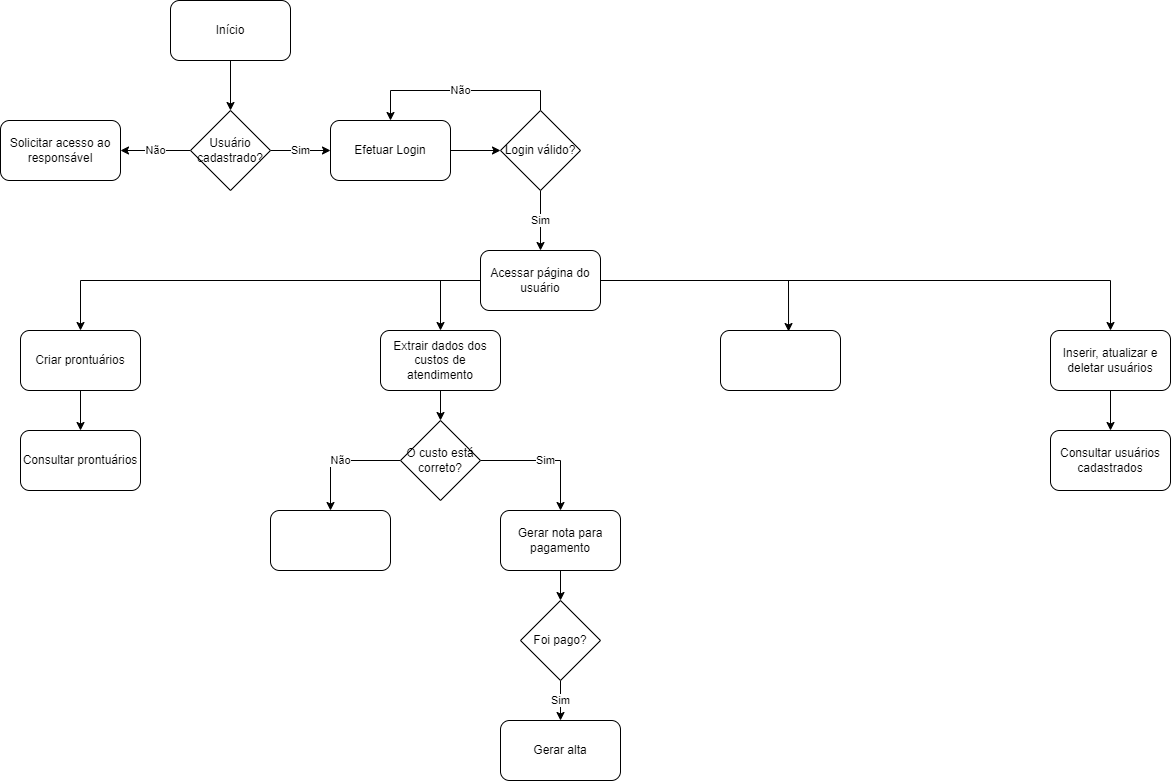
ICEI-PUC-Minas-PMV-ADS/pmv-ads-2023-1-e2-proj-int-t3-pmv-ads-2023-1-e3-proj-int-t3-time4-pec keeps this draw.io diagram as docs/img/Diagrama de Fluxo.drawio.png. Above is the earlier version. Source tidied: cells renumbered, new cells last; positions are measured from the earlier drawing's top-left corner, leaving out a move shared by most shapes. Source of this version:
```xml
<mxGraphModel>
  <root>
    <mxCell id="0" />
    <mxCell id="1" parent="0" />
    <mxCell id="2" style="edgeStyle=orthogonalEdgeStyle;rounded=0;jettySize=auto;html=1;exitX=0.5;exitY=1;exitDx=0;exitDy=0;entryX=0.5;entryY=0;entryDx=0;entryDy=0;" parent="1" edge="1" source="3">
      <mxGeometry relative="1" as="geometry">
        <mxPoint x="230" y="110" as="targetPoint" />
      </mxGeometry>
    </mxCell>
    <mxCell id="3" value="Início" style="rounded=1;whiteSpace=wrap;html=1;" parent="1" vertex="1">
      <mxGeometry x="170" width="120" height="60" as="geometry" />
    </mxCell>
    <mxCell id="4" value="Não" style="edgeStyle=orthogonalEdgeStyle;rounded=0;jettySize=auto;html=1;exitX=0;exitY=0.5;exitDx=0;exitDy=0;entryX=1;entryY=0.5;entryDx=0;entryDy=0;" parent="1" edge="1" source="6" target="7">
      <mxGeometry relative="1" as="geometry" />
    </mxCell>
    <mxCell id="5" value="Sim" style="edgeStyle=orthogonalEdgeStyle;rounded=0;jettySize=auto;html=1;exitX=1;exitY=0.5;exitDx=0;exitDy=0;entryX=0;entryY=0.5;entryDx=0;entryDy=0;" parent="1" edge="1" source="6" target="9">
      <mxGeometry relative="1" as="geometry" />
    </mxCell>
    <mxCell id="6" value="Usuário cadastrado?" style="rhombus;whiteSpace=wrap;html=1;" parent="1" vertex="1">
      <mxGeometry x="190" y="110" width="80" height="80" as="geometry" />
    </mxCell>
    <mxCell id="7" value="Solicitar acesso ao responsável" style="rounded=1;whiteSpace=wrap;html=1;" parent="1" vertex="1">
      <mxGeometry y="120" width="120" height="60" as="geometry" />
    </mxCell>
    <mxCell id="8" style="edgeStyle=orthogonalEdgeStyle;rounded=0;jettySize=auto;html=1;exitX=1;exitY=0.5;exitDx=0;exitDy=0;" parent="1" edge="1" source="9" target="12">
      <mxGeometry relative="1" as="geometry" />
    </mxCell>
    <mxCell id="9" value="Efetuar Login" style="rounded=1;whiteSpace=wrap;html=1;" parent="1" vertex="1">
      <mxGeometry x="330" y="120" width="120" height="60" as="geometry" />
    </mxCell>
    <mxCell id="10" value="Não" style="edgeStyle=orthogonalEdgeStyle;rounded=0;jettySize=auto;html=1;exitX=0.5;exitY=0;exitDx=0;exitDy=0;entryX=0.5;entryY=0;entryDx=0;entryDy=0;" parent="1" edge="1" source="12" target="9">
      <mxGeometry relative="1" as="geometry" />
    </mxCell>
    <mxCell id="11" value="Sim" style="edgeStyle=orthogonalEdgeStyle;rounded=0;jettySize=auto;html=1;exitX=0.5;exitY=1;exitDx=0;exitDy=0;entryX=0.5;entryY=0;entryDx=0;entryDy=0;" parent="1" edge="1" source="12" target="16">
      <mxGeometry relative="1" as="geometry" />
    </mxCell>
    <mxCell id="12" value="Login válido?" style="rhombus;whiteSpace=wrap;html=1;" parent="1" vertex="1">
      <mxGeometry x="500" y="110" width="80" height="80" as="geometry" />
    </mxCell>
    <mxCell id="13" style="edgeStyle=orthogonalEdgeStyle;rounded=0;jettySize=auto;html=1;exitX=0;exitY=0.5;exitDx=0;exitDy=0;entryX=0.5;entryY=0;entryDx=0;entryDy=0;" parent="1" edge="1" source="16" target="18">
      <mxGeometry relative="1" as="geometry" />
    </mxCell>
    <mxCell id="14" style="edgeStyle=orthogonalEdgeStyle;rounded=0;jettySize=auto;html=1;exitX=1;exitY=0.5;exitDx=0;exitDy=0;entryX=0.567;entryY=0.017;entryDx=0;entryDy=0;entryPerimeter=0;" parent="1" edge="1" source="16" target="19">
      <mxGeometry relative="1" as="geometry" />
    </mxCell>
    <mxCell id="15" style="edgeStyle=orthogonalEdgeStyle;rounded=0;jettySize=auto;html=1;exitX=1;exitY=0.5;exitDx=0;exitDy=0;entryX=0.5;entryY=0;entryDx=0;entryDy=0;" parent="1" edge="1" source="16" target="21">
      <mxGeometry relative="1" as="geometry" />
    </mxCell>
    <mxCell id="16" value="Acessar página do usuário" style="rounded=1;whiteSpace=wrap;html=1;" parent="1" vertex="1">
      <mxGeometry x="480" y="250" width="120" height="60" as="geometry" />
    </mxCell>
    <mxCell id="17" style="edgeStyle=orthogonalEdgeStyle;rounded=0;jettySize=auto;html=1;exitX=0.5;exitY=1;exitDx=0;exitDy=0;entryX=0.5;entryY=0;entryDx=0;entryDy=0;" parent="1" edge="1" source="18" target="34">
      <mxGeometry relative="1" as="geometry" />
    </mxCell>
    <mxCell id="18" value="Criar prontuários" style="rounded=1;whiteSpace=wrap;html=1;" parent="1" vertex="1">
      <mxGeometry x="20" y="330" width="120" height="60" as="geometry" />
    </mxCell>
    <mxCell id="19" style="rounded=1;whiteSpace=wrap;html=1;" parent="1" vertex="1">
      <mxGeometry x="720" y="330" width="120" height="60" as="geometry" />
    </mxCell>
    <mxCell id="20" style="edgeStyle=orthogonalEdgeStyle;rounded=0;jettySize=auto;html=1;exitX=0.5;exitY=1;exitDx=0;exitDy=0;entryX=0.5;entryY=0;entryDx=0;entryDy=0;" parent="1" edge="1" source="21" target="35">
      <mxGeometry relative="1" as="geometry" />
    </mxCell>
    <mxCell id="21" value="Inserir, atualizar e deletar usuários" style="rounded=1;whiteSpace=wrap;html=1;" parent="1" vertex="1">
      <mxGeometry x="1050" y="330" width="120" height="60" as="geometry" />
    </mxCell>
    <mxCell id="22" style="edgeStyle=orthogonalEdgeStyle;rounded=0;jettySize=auto;html=1;exitX=0.5;exitY=1;exitDx=0;exitDy=0;entryX=0.5;entryY=0;entryDx=0;entryDy=0;" parent="1" edge="1" source="30" target="25">
      <mxGeometry relative="1" as="geometry" />
    </mxCell>
    <mxCell id="23" value="Sim" style="edgeStyle=orthogonalEdgeStyle;rounded=0;jettySize=auto;html=1;exitX=1;exitY=0.5;exitDx=0;exitDy=0;entryX=0.5;entryY=0;entryDx=0;entryDy=0;" parent="1" edge="1" source="25" target="26">
      <mxGeometry relative="1" as="geometry" />
    </mxCell>
    <mxCell id="24" value="Não" style="edgeStyle=orthogonalEdgeStyle;rounded=0;jettySize=auto;html=1;exitX=0;exitY=0.5;exitDx=0;exitDy=0;entryX=0.5;entryY=0;entryDx=0;entryDy=0;" parent="1" edge="1" source="25" target="27">
      <mxGeometry relative="1" as="geometry" />
    </mxCell>
    <mxCell id="25" value="O custo está correto?" style="rhombus;whiteSpace=wrap;html=1;" parent="1" vertex="1">
      <mxGeometry x="400" y="420" width="80" height="80" as="geometry" />
    </mxCell>
    <mxCell id="26" value="Gerar nota para pagamento" style="rounded=1;whiteSpace=wrap;html=1;" parent="1" vertex="1">
      <mxGeometry x="500" y="510" width="120" height="60" as="geometry" />
    </mxCell>
    <mxCell id="27" style="rounded=1;whiteSpace=wrap;html=1;" parent="1" vertex="1">
      <mxGeometry x="270" y="510" width="120" height="60" as="geometry" />
    </mxCell>
    <mxCell id="28" value="Gerar alta" style="rounded=1;whiteSpace=wrap;html=1;" parent="1" vertex="1">
      <mxGeometry x="500" y="720" width="120" height="60" as="geometry" />
    </mxCell>
    <mxCell id="29" style="edgeStyle=orthogonalEdgeStyle;rounded=0;jettySize=auto;html=1;exitX=0;exitY=0.5;exitDx=0;exitDy=0;entryX=0.5;entryY=0;entryDx=0;entryDy=0;" parent="1" edge="1" source="16" target="30">
      <mxGeometry relative="1" as="geometry" />
    </mxCell>
    <mxCell id="30" value="Extrair dados dos custos de atendimento" style="rounded=1;whiteSpace=wrap;html=1;" parent="1" vertex="1">
      <mxGeometry x="380" y="330" width="120" height="60" as="geometry" />
    </mxCell>
    <mxCell id="31" style="edgeStyle=orthogonalEdgeStyle;rounded=0;jettySize=auto;html=1;exitX=0.5;exitY=1;exitDx=0;exitDy=0;" parent="1" edge="1" source="26" target="33">
      <mxGeometry relative="1" as="geometry" />
    </mxCell>
    <mxCell id="32" value="Sim" style="edgeStyle=orthogonalEdgeStyle;rounded=0;jettySize=auto;html=1;exitX=0.5;exitY=1;exitDx=0;exitDy=0;entryX=0.5;entryY=0;entryDx=0;entryDy=0;" parent="1" edge="1" source="33" target="28">
      <mxGeometry relative="1" as="geometry" />
    </mxCell>
    <mxCell id="33" value="Foi pago?" style="rhombus;whiteSpace=wrap;html=1;" parent="1" vertex="1">
      <mxGeometry x="520" y="600" width="80" height="80" as="geometry" />
    </mxCell>
    <mxCell id="34" value="Consultar prontuários" style="rounded=1;whiteSpace=wrap;html=1;" parent="1" vertex="1">
      <mxGeometry x="20" y="430" width="120" height="60" as="geometry" />
    </mxCell>
    <mxCell id="35" value="Consultar usuários cadastrados" style="rounded=1;whiteSpace=wrap;html=1;" parent="1" vertex="1">
      <mxGeometry x="1050" y="430" width="120" height="60" as="geometry" />
    </mxCell>
  </root>
</mxGraphModel>
```
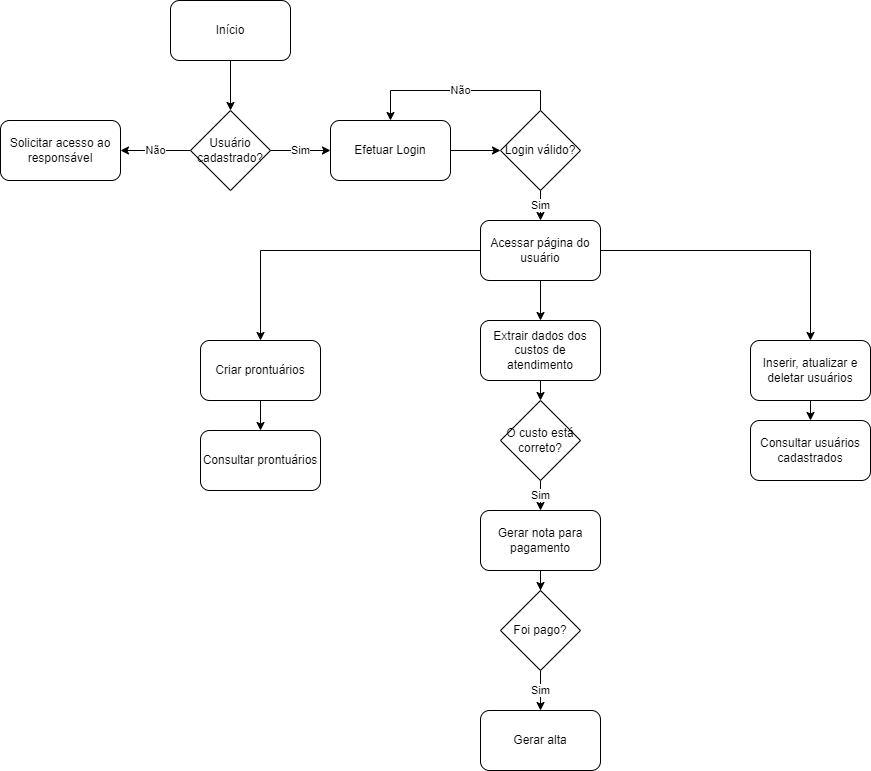
The same file after the commit.

What changed in the source:
```diff
@@ -40,56 +40,44 @@
     <mxCell id="13" style="edgeStyle=orthogonalEdgeStyle;rounded=0;jettySize=auto;html=1;exitX=0;exitY=0.5;exitDx=0;exitDy=0;entryX=0.5;entryY=0;entryDx=0;entryDy=0;" parent="1" edge="1" source="16" target="18">
       <mxGeometry relative="1" as="geometry" />
     </mxCell>
-    <mxCell id="14" style="edgeStyle=orthogonalEdgeStyle;rounded=0;jettySize=auto;html=1;exitX=1;exitY=0.5;exitDx=0;exitDy=0;entryX=0.567;entryY=0.017;entryDx=0;entryDy=0;entryPerimeter=0;" parent="1" edge="1" source="16" target="19">
-      <mxGeometry relative="1" as="geometry" />
-    </mxCell>
     <mxCell id="15" style="edgeStyle=orthogonalEdgeStyle;rounded=0;jettySize=auto;html=1;exitX=1;exitY=0.5;exitDx=0;exitDy=0;entryX=0.5;entryY=0;entryDx=0;entryDy=0;" parent="1" edge="1" source="16" target="21">
       <mxGeometry relative="1" as="geometry" />
     </mxCell>
+    <mxCell id="29" style="edgeStyle=orthogonalEdgeStyle;rounded=0;jettySize=auto;html=1;exitX=0.5;exitY=1;exitDx=0;exitDy=0;entryX=0.5;entryY=0;entryDx=0;entryDy=0;" parent="1" edge="1" source="16" target="30">
+      <mxGeometry relative="1" as="geometry" />
+    </mxCell>
     <mxCell id="16" value="Acessar página do usuário" style="rounded=1;whiteSpace=wrap;html=1;" parent="1" vertex="1">
-      <mxGeometry x="480" y="250" width="120" height="60" as="geometry" />
+      <mxGeometry x="480" y="220" width="120" height="60" as="geometry" />
     </mxCell>
     <mxCell id="17" style="edgeStyle=orthogonalEdgeStyle;rounded=0;jettySize=auto;html=1;exitX=0.5;exitY=1;exitDx=0;exitDy=0;entryX=0.5;entryY=0;entryDx=0;entryDy=0;" parent="1" edge="1" source="18" target="34">
       <mxGeometry relative="1" as="geometry" />
     </mxCell>
     <mxCell id="18" value="Criar prontuários" style="rounded=1;whiteSpace=wrap;html=1;" parent="1" vertex="1">
-      <mxGeometry x="20" y="330" width="120" height="60" as="geometry" />
+      <mxGeometry x="200" y="340" width="120" height="60" as="geometry" />
     </mxCell>
-    <mxCell id="19" style="rounded=1;whiteSpace=wrap;html=1;" parent="1" vertex="1">
-      <mxGeometry x="720" y="330" width="120" height="60" as="geometry" />
-    </mxCell>
     <mxCell id="20" style="edgeStyle=orthogonalEdgeStyle;rounded=0;jettySize=auto;html=1;exitX=0.5;exitY=1;exitDx=0;exitDy=0;entryX=0.5;entryY=0;entryDx=0;entryDy=0;" parent="1" edge="1" source="21" target="35">
       <mxGeometry relative="1" as="geometry" />
     </mxCell>
     <mxCell id="21" value="Inserir, atualizar e deletar usuários" style="rounded=1;whiteSpace=wrap;html=1;" parent="1" vertex="1">
-      <mxGeometry x="1050" y="330" width="120" height="60" as="geometry" />
+      <mxGeometry x="750" y="340" width="120" height="60" as="geometry" />
     </mxCell>
     <mxCell id="22" style="edgeStyle=orthogonalEdgeStyle;rounded=0;jettySize=auto;html=1;exitX=0.5;exitY=1;exitDx=0;exitDy=0;entryX=0.5;entryY=0;entryDx=0;entryDy=0;" parent="1" edge="1" source="30" target="25">
       <mxGeometry relative="1" as="geometry" />
     </mxCell>
-    <mxCell id="23" value="Sim" style="edgeStyle=orthogonalEdgeStyle;rounded=0;jettySize=auto;html=1;exitX=1;exitY=0.5;exitDx=0;exitDy=0;entryX=0.5;entryY=0;entryDx=0;entryDy=0;" parent="1" edge="1" source="25" target="26">
+    <mxCell id="23" value="Sim" style="edgeStyle=orthogonalEdgeStyle;rounded=0;jettySize=auto;html=1;exitX=0.5;exitY=1;exitDx=0;exitDy=0;entryX=0.5;entryY=0;entryDx=0;entryDy=0;" parent="1" edge="1" source="25" target="26">
       <mxGeometry relative="1" as="geometry" />
     </mxCell>
-    <mxCell id="24" value="Não" style="edgeStyle=orthogonalEdgeStyle;rounded=0;jettySize=auto;html=1;exitX=0;exitY=0.5;exitDx=0;exitDy=0;entryX=0.5;entryY=0;entryDx=0;entryDy=0;" parent="1" edge="1" source="25" target="27">
-      <mxGeometry relative="1" as="geometry" />
-    </mxCell>
     <mxCell id="25" value="O custo está correto?" style="rhombus;whiteSpace=wrap;html=1;" parent="1" vertex="1">
-      <mxGeometry x="400" y="420" width="80" height="80" as="geometry" />
+      <mxGeometry x="500" y="400" width="80" height="80" as="geometry" />
     </mxCell>
     <mxCell id="26" value="Gerar nota para pagamento" style="rounded=1;whiteSpace=wrap;html=1;" parent="1" vertex="1">
-      <mxGeometry x="500" y="510" width="120" height="60" as="geometry" />
+      <mxGeometry x="480" y="510" width="120" height="60" as="geometry" />
     </mxCell>
-    <mxCell id="27" style="rounded=1;whiteSpace=wrap;html=1;" parent="1" vertex="1">
-      <mxGeometry x="270" y="510" width="120" height="60" as="geometry" />
-    </mxCell>
     <mxCell id="28" value="Gerar alta" style="rounded=1;whiteSpace=wrap;html=1;" parent="1" vertex="1">
-      <mxGeometry x="500" y="720" width="120" height="60" as="geometry" />
+      <mxGeometry x="480" y="710" width="120" height="60" as="geometry" />
     </mxCell>
-    <mxCell id="29" style="edgeStyle=orthogonalEdgeStyle;rounded=0;jettySize=auto;html=1;exitX=0;exitY=0.5;exitDx=0;exitDy=0;entryX=0.5;entryY=0;entryDx=0;entryDy=0;" parent="1" edge="1" source="16" target="30">
-      <mxGeometry relative="1" as="geometry" />
-    </mxCell>
     <mxCell id="30" value="Extrair dados dos custos de atendimento" style="rounded=1;whiteSpace=wrap;html=1;" parent="1" vertex="1">
-      <mxGeometry x="380" y="330" width="120" height="60" as="geometry" />
+      <mxGeometry x="480" y="320" width="120" height="60" as="geometry" />
     </mxCell>
     <mxCell id="31" style="edgeStyle=orthogonalEdgeStyle;rounded=0;jettySize=auto;html=1;exitX=0.5;exitY=1;exitDx=0;exitDy=0;" parent="1" edge="1" source="26" target="33">
       <mxGeometry relative="1" as="geometry" />
@@ -98,13 +86,13 @@
       <mxGeometry relative="1" as="geometry" />
     </mxCell>
     <mxCell id="33" value="Foi pago?" style="rhombus;whiteSpace=wrap;html=1;" parent="1" vertex="1">
-      <mxGeometry x="520" y="600" width="80" height="80" as="geometry" />
+      <mxGeometry x="500" y="590" width="80" height="80" as="geometry" />
     </mxCell>
     <mxCell id="34" value="Consultar prontuários" style="rounded=1;whiteSpace=wrap;html=1;" parent="1" vertex="1">
-      <mxGeometry x="20" y="430" width="120" height="60" as="geometry" />
+      <mxGeometry x="200" y="430" width="120" height="60" as="geometry" />
     </mxCell>
     <mxCell id="35" value="Consultar usuários cadastrados" style="rounded=1;whiteSpace=wrap;html=1;" parent="1" vertex="1">
-      <mxGeometry x="1050" y="430" width="120" height="60" as="geometry" />
+      <mxGeometry x="750" y="420" width="120" height="60" as="geometry" />
     </mxCell>
   </root>
 </mxGraphModel>
```
